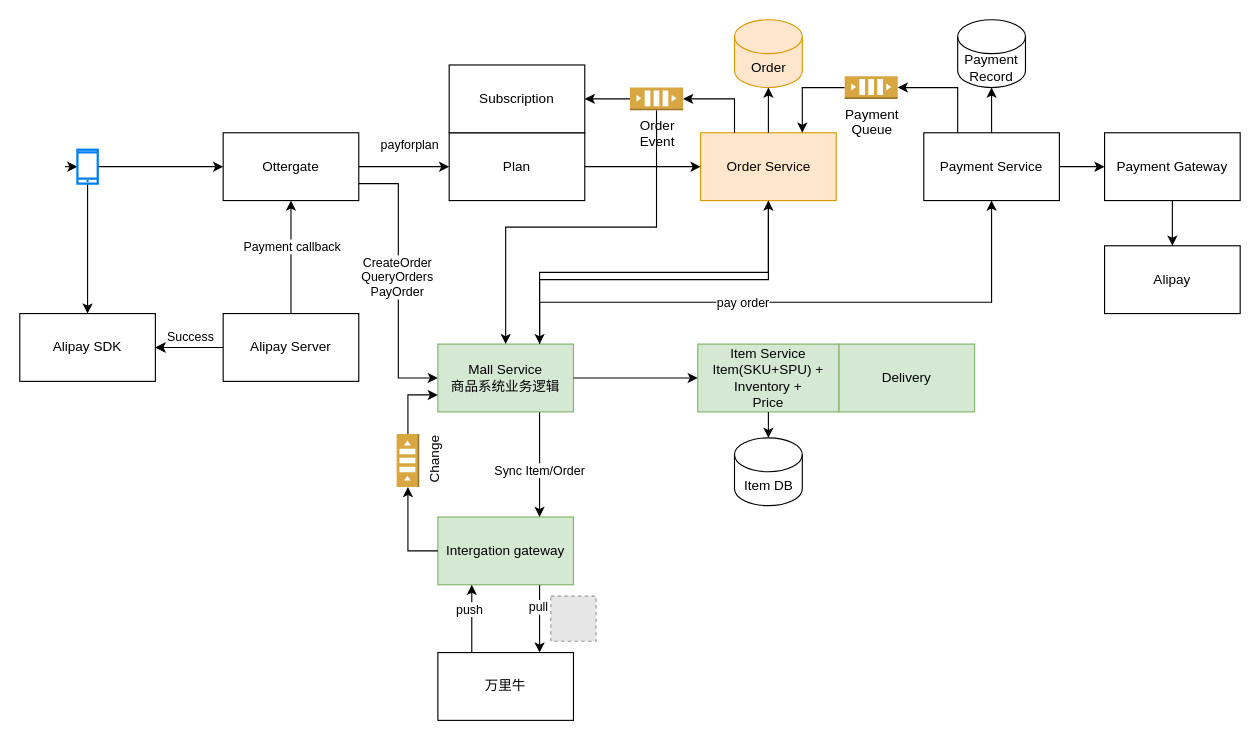
Before: 商城系统.drawio in evagle/awesome, a draw.io diagram. Source tidied: cells renumbered, new cells numbered last; positions are measured from the earlier drawing's top-left corner, leaving out a move shared by most shapes. Both pictures are drawn from the tidied source at 113%, with x=0, y=0 at pixel (19, 19). Pictures stored in the file or linked from it are replaced by grey dashed boxes.
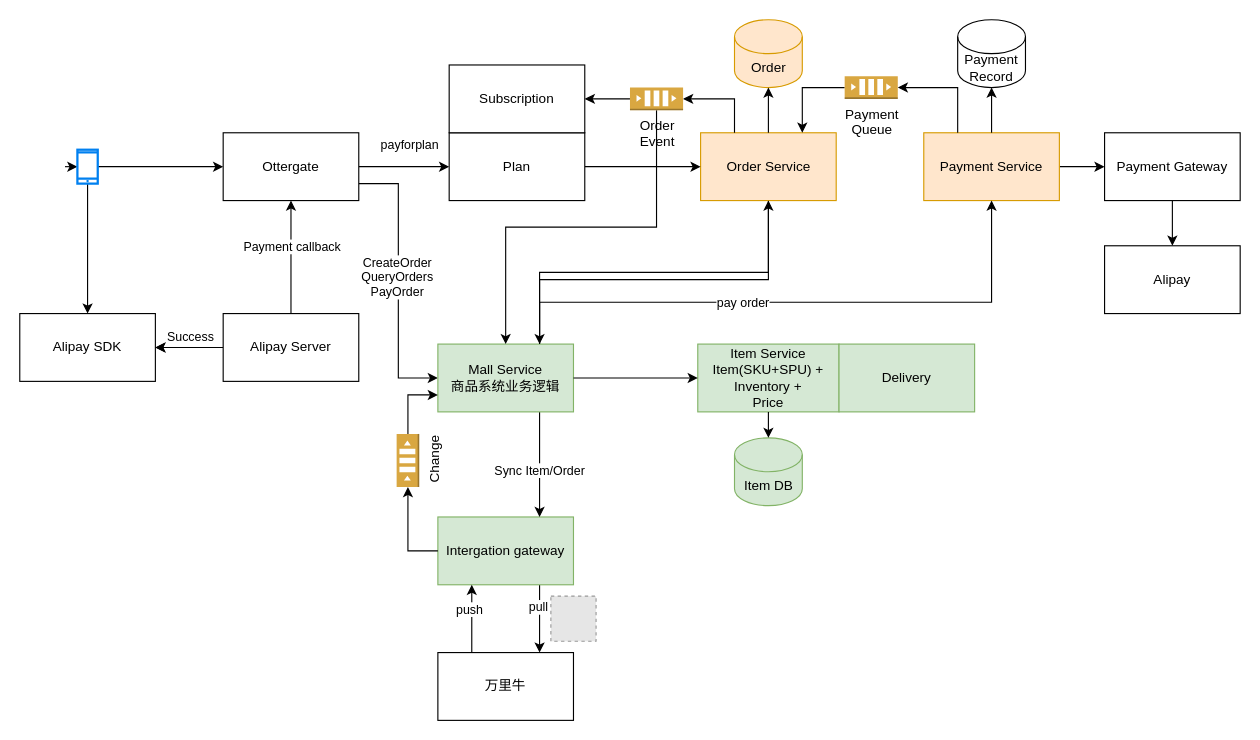
Above is the later version.

The edit, as a diff of the source:
```diff
@@
-    <mxCell id="12" value="Payment Service" style="whiteSpace=wrap;html=1;rounded=0;" parent="1" vertex="1">
+    <mxCell id="12" value="Payment Service" style="whiteSpace=wrap;html=1;rounded=0;fillColor=#ffe6cc;strokeColor=#d79b00;" parent="1" vertex="1">
       <mxGeometry x="800" y="100" width="120" height="60" as="geometry" />
     </mxCell>
@@
-    <mxCell id="20" value="Item DB" style="shape=cylinder3;whiteSpace=wrap;html=1;boundedLbl=1;backgroundOutline=1;size=15;" parent="1" vertex="1">
+    <mxCell id="20" value="Item DB" style="shape=cylinder3;whiteSpace=wrap;html=1;boundedLbl=1;backgroundOutline=1;size=15;fillColor=#d5e8d4;strokeColor=#82b366;" parent="1" vertex="1">
       <mxGeometry x="632.5" y="370" width="60" height="60" as="geometry" />
     </mxCell>
```
